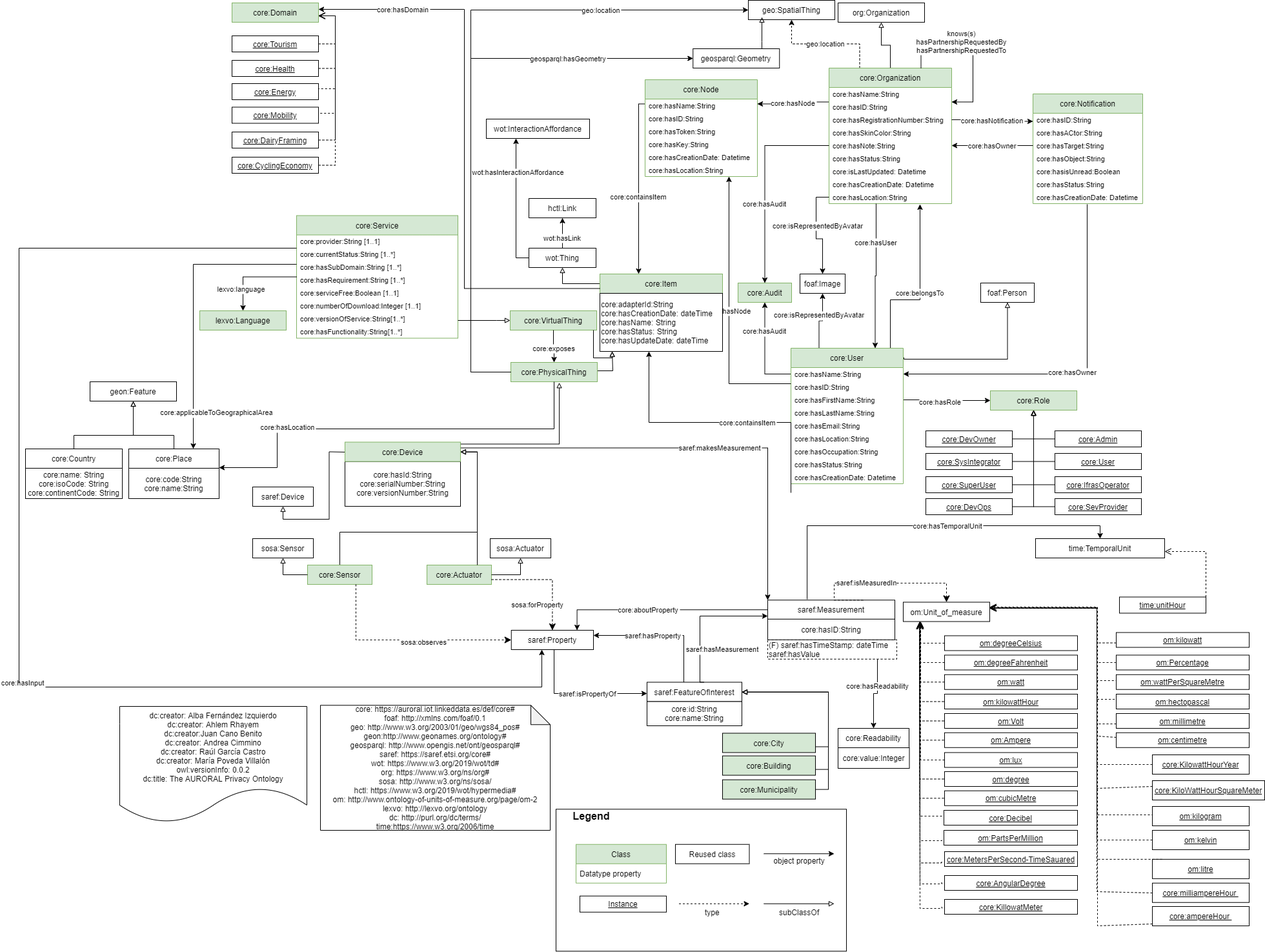
oeg-upm/auroral-core-ontology keeps this draw.io diagram as diagrams/core.png. Above is the earlier version. Source tidied: cells renumbered, new cells last; positions are measured from the earlier drawing's top-left corner, leaving out a move shared by most shapes.
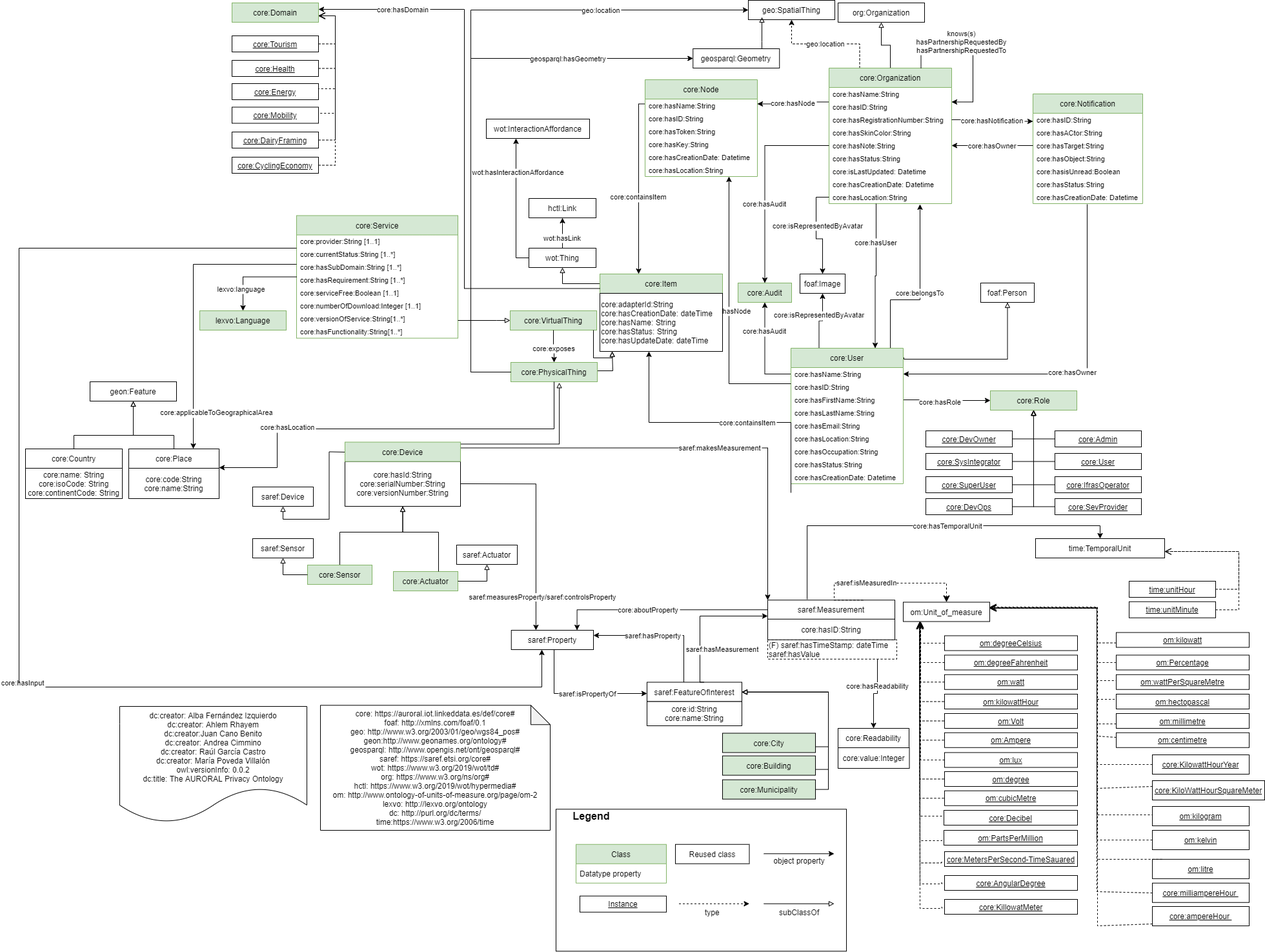
After the change.

What changed in the source:
```diff
@@ -17,7 +17,7 @@
     <mxCell id="4" value="dc:creator: Alba Fernández Izquierdo&#10;dc:creator: Ahlem Rhayem&#10;dc:creator:Juan Cano Benito&#10;dc:creator: Andrea Cimmino&#10;dc:creator: Raúl García Castro&#10;dc:creator: María Poveda Villalón&#10;owl:versionInfo: 0.0.2&#10;dc:title: The AURORAL Privacy Ontology" style="shape=document;boundedLbl=1;" parent="1" vertex="1">
       <mxGeometry x="156" y="1094" width="290" height="180" as="geometry" />
     </mxCell>
-    <mxCell id="5" value="core: https://auroral.iot.linkeddata.es/def/core#&#10;foaf: http://xmlns.com/foaf/0.1&#10;geo: http://www.w3.org/2003/01/geo/wgs84_pos#&#10;geon:http://www.geonames.org/ontology#&#10;geosparql: http://www.opengis.net/ont/geosparql#&#10;saref: https://saref.etsi.org/core#&#10;wot: https://www.w3.org/2019/wot/td#&#10;org: https://www.w3.org/ns/org#&#10;sosa: http://www.w3.org/ns/sosa/&#10;hctl: https://www.w3.org/2019/wot/hypermedia#&#10;om: http://www.ontology-of-units-of-measure.org/page/om-2&#10;lexvo: http://lexvo.org/ontology&#10;dc: http://purl.org/dc/terms/&#10;time:https://www.w3.org/2006/time" style="shape=note;backgroundOutline=1;darkOpacity=0.05;" parent="1" vertex="1">
+    <mxCell id="5" value="core: https://auroral.iot.linkeddata.es/def/core#&#10;foaf: http://xmlns.com/foaf/0.1&#10;geo: http://www.w3.org/2003/01/geo/wgs84_pos#&#10;geon:http://www.geonames.org/ontology#&#10;geosparql: http://www.opengis.net/ont/geosparql#&#10;saref: https://saref.etsi.org/core#&#10;wot: https://www.w3.org/2019/wot/td#&#10;org: https://www.w3.org/ns/org#&#10;hctl: https://www.w3.org/2019/wot/hypermedia#&#10;om: http://www.ontology-of-units-of-measure.org/page/om-2&#10;lexvo: http://lexvo.org/ontology&#10;dc: http://purl.org/dc/terms/&#10;time:https://www.w3.org/2006/time" style="shape=note;backgroundOutline=1;darkOpacity=0.05;" parent="1" vertex="1">
       <mxGeometry x="467" y="1092.2" width="356" height="193.8" as="geometry" />
     </mxCell>
     <mxCell id="6" style="edgeStyle=orthogonalEdgeStyle;rounded=0;jettySize=auto;html=1;exitX=0.5;exitY=0;exitDx=0;exitDy=0;endArrow=block;endFill=0;" parent="1" edge="1" source="9" target="44">
@@ -373,12 +373,11 @@
     <mxCell id="103" value="subClassOf" style="text;strokeColor=none;fillColor=none;align=center;verticalAlign=middle;rounded=0;" parent="1" vertex="1">
       <mxGeometry x="1154" y="1397.8" width="110" height="30" as="geometry" />
     </mxCell>
-    <mxCell id="104" style="edgeStyle=orthogonalEdgeStyle;rounded=0;jettySize=auto;html=1;exitX=0.5;exitY=0;exitDx=0;exitDy=0;fontSize=11;endArrow=block;endFill=0;" parent="1" edge="1" source="105" target="174">
+    <mxCell id="104" style="edgeStyle=orthogonalEdgeStyle;rounded=0;jettySize=auto;html=1;exitX=0.5;exitY=0;exitDx=0;exitDy=0;fontSize=11;endArrow=block;endFill=0;entryX=0.5;entryY=1;entryDx=0;entryDy=0;" parent="1" edge="1" source="105" target="173">
       <mxGeometry relative="1" as="geometry">
         <Array as="points">
           <mxPoint x="497" y="824" />
-          <mxPoint x="710" y="824" />
-          <mxPoint x="710" y="700" />
+          <mxPoint x="595" y="824" />
         </Array>
       </mxGeometry>
     </mxCell>
@@ -386,20 +385,21 @@
       <mxGeometry x="447" y="875" width="100" height="30" as="geometry" />
     </mxCell>
     <mxCell id="106" value="core:Actuator" style="rounded=0;whiteSpace=wrap;html=1;fillColor=#d5e8d4;strokeColor=#82b366;" parent="1" vertex="1">
-      <mxGeometry x="632" y="875" width="100" height="30" as="geometry" />
+      <mxGeometry x="580" y="885" width="100" height="30" as="geometry" />
     </mxCell>
-    <mxCell id="107" style="edgeStyle=orthogonalEdgeStyle;rounded=0;jettySize=auto;html=1;fontSize=11;endArrow=block;endFill=0;entryX=1;entryY=0.5;entryDx=0;entryDy=0;" parent="1" edge="1" source="106" target="174">
+    <mxCell id="107" style="edgeStyle=orthogonalEdgeStyle;rounded=0;jettySize=auto;html=1;fontSize=11;endArrow=block;endFill=0;entryX=0.5;entryY=1;entryDx=0;entryDy=0;" parent="1" edge="1" source="106" target="173">
       <mxGeometry relative="1" as="geometry">
         <Array as="points">
-          <mxPoint x="710" y="700" />
+          <mxPoint x="650" y="824" />
+          <mxPoint x="595" y="824" />
         </Array>
       </mxGeometry>
     </mxCell>
-    <mxCell id="108" value="sosa:Sensor" style="rounded=0;whiteSpace=wrap;html=1;" parent="1" vertex="1">
+    <mxCell id="108" value="saref:Sensor" style="rounded=0;whiteSpace=wrap;html=1;" parent="1" vertex="1">
       <mxGeometry x="362" y="834" width="94" height="30" as="geometry" />
     </mxCell>
-    <mxCell id="109" value="sosa:Actuator" style="rounded=0;whiteSpace=wrap;html=1;" parent="1" vertex="1">
-      <mxGeometry x="730" y="834" width="94" height="30" as="geometry" />
+    <mxCell id="109" value="saref:Actuator" style="rounded=0;whiteSpace=wrap;html=1;" parent="1" vertex="1">
+      <mxGeometry x="678" y="844" width="94" height="30" as="geometry" />
     </mxCell>
     <mxCell id="110" style="edgeStyle=orthogonalEdgeStyle;rounded=0;jettySize=auto;html=1;exitX=0;exitY=0.5;exitDx=0;exitDy=0;entryX=0.5;entryY=1;entryDx=0;entryDy=0;fontSize=11;endArrow=block;endFill=0;" parent="1" edge="1" source="105" target="108">
       <mxGeometry relative="1" as="geometry" />
@@ -410,22 +410,6 @@
     <mxCell id="112" value="saref:Property" style="rounded=0;whiteSpace=wrap;html=1;points=[[0.1,0],[0.2,0],[0.3,0],[0.4,0],[0.5,0],[0.6,0],[0.7,0],[0.8,0],[0.9,0],[0,0.1],[0,0.3],[0,0.5],[0,0.7],[0,0.9],[0.1,1],[0.2,1],[0.3,1],[0.4,1],[0.5,1],[0.6,1],[0.7,1],[0.8,1],[0.9,1],[1,0.1],[1,0.3],[1,0.5],[1,0.7],[1,0.9]];" parent="1" vertex="1">
       <mxGeometry x="762.8" y="976" width="127.2" height="30" as="geometry" />
     </mxCell>
-    <mxCell id="113" style="endArrow=classic;html=1;exitX=0.75;exitY=1;exitDx=0;exitDy=0;endSize=8;dashed=1;arcSize=0;edgeStyle=orthogonalEdgeStyle;entryX=0;entryY=0.5;entryDx=0;entryDy=0;" parent="1" edge="1" source="105" target="112">
-      <mxGeometry relative="1" as="geometry" />
-    </mxCell>
-    <mxCell id="114" value="&lt;div&gt;sosa:observes&lt;/div&gt;" style="edgeLabel;html=1;align=center;verticalAlign=middle;" parent="113" vertex="1">
-      <mxGeometry x="-0.19" y="-1" relative="1" as="geometry">
-        <mxPoint x="58.5" y="2" as="offset" />
-      </mxGeometry>
-    </mxCell>
-    <mxCell id="115" style="endArrow=classic;html=1;entryX=0.5;entryY=0;entryDx=0;entryDy=0;endSize=8;dashed=1;arcSize=0;edgeStyle=orthogonalEdgeStyle;exitX=1;exitY=0.75;exitDx=0;exitDy=0;" parent="1" edge="1" source="106" target="112">
-      <mxGeometry relative="1" as="geometry" />
-    </mxCell>
-    <mxCell id="116" value="&lt;div&gt;sosa:forProperty&lt;/div&gt;" style="edgeLabel;html=1;align=center;verticalAlign=middle;" parent="115" vertex="1">
-      <mxGeometry x="-0.19" y="-1" relative="1" as="geometry">
-        <mxPoint y="38" as="offset" />
-      </mxGeometry>
-    </mxCell>
     <mxCell id="117" value="om:Unit_of_measure" style="rounded=0;whiteSpace=wrap;html=1;points=[[0.1,0],[0.2,0],[0.3,0],[0.4,0],[0.5,0],[0.6,0],[0.7,0],[0.8,0],[0.9,0],[0,0.1],[0,0.3],[0,0.5],[0,0.7],[0,0.9],[0.1,1],[0.2,1],[0.3,1],[0.4,1],[0.5,1],[0.6,1],[0.7,1],[0.8,1],[0.9,1],[1,0.1],[1,0.3],[1,0.5],[1,0.7],[1,0.9]];" parent="1" vertex="1">
       <mxGeometry x="1370" y="932.5" width="134" height="30" as="geometry" />
     </mxCell>
@@ -678,6 +662,14 @@
         <mxPoint x="1" as="offset" />
       </mxGeometry>
     </mxCell>
+    <mxCell id="250" style="edgeStyle=orthogonalEdgeStyle;rounded=0;jettySize=auto;html=1;entryX=0.3;entryY=0;entryDx=0;entryDy=0;" parent="1" edge="1" source="173" target="112">
+      <mxGeometry relative="1" as="geometry" />
+    </mxCell>
+    <mxCell id="251" value="saref:measuresProperty/saref:controlsProperty" style="edgeLabel;html=1;align=center;verticalAlign=middle;" parent="250" vertex="1">
+      <mxGeometry x="0.45" y="3" relative="1" as="geometry">
+        <mxPoint x="6.1" y="43.1" as="offset" />
+      </mxGeometry>
+    </mxCell>
     <mxCell id="173" value="core:hasId:String&lt;br&gt;core:serialNumber:String&lt;br&gt;core:versionNumber:String" style="rounded=0;whiteSpace=wrap;html=1;snapToPoint=1;points=[[0.1,0],[0.2,0],[0.3,0],[0.4,0],[0.5,0],[0.6,0],[0.7,0],[0.8,0],[0.9,0],[0,0.1],[0,0.3],[0,0.5],[0,0.7],[0,0.9],[0.1,1],[0.2,1],[0.3,1],[0.4,1],[0.5,1],[0.6,1],[0.7,1],[0.8,1],[0.9,1],[1,0.1],[1,0.3],[1,0.5],[1,0.7],[1,0.9]];" parent="1" vertex="1">
       <mxGeometry x="505" y="714.5" width="179" height="69.5" as="geometry" />
     </mxCell>
@@ -961,13 +953,14 @@
     <mxCell id="225" value="time:TemporalUnit" style="rounded=0;whiteSpace=wrap;html=1;" parent="1" vertex="1">
       <mxGeometry x="1575" y="834" width="200" height="30" as="geometry" />
     </mxCell>
-    <mxCell id="226" value="&lt;u&gt;time:unitHour&lt;/u&gt;" style="rounded=0;whiteSpace=wrap;html=1;" parent="1" vertex="1">
-      <mxGeometry x="1705" y="924.5" width="134" height="25" as="geometry" />
+    <mxCell id="226" value="&lt;u&gt;time:&lt;span&gt;unitMinute&lt;/span&gt;&lt;/u&gt;" style="rounded=0;whiteSpace=wrap;html=1;" parent="1" vertex="1">
+      <mxGeometry x="1720" y="931.8" width="134" height="25" as="geometry" />
     </mxCell>
-    <mxCell id="227" style="endArrow=open;html=1;fontColor=#000099;endFill=0;dashed=1;endSize=8;edgeStyle=orthogonalEdgeStyle;arcSize=0;" parent="1" edge="1" source="226" target="225">
+    <mxCell id="227" style="endArrow=open;html=1;fontColor=#000099;endFill=0;dashed=1;endSize=8;edgeStyle=orthogonalEdgeStyle;arcSize=0;" parent="1" edge="1" source="252" target="225">
       <mxGeometry relative="1" as="geometry">
         <Array as="points">
-          <mxPoint x="1839" y="854" />
+          <mxPoint x="1890" y="913" />
+          <mxPoint x="1890" y="854" />
         </Array>
       </mxGeometry>
     </mxCell>
@@ -1090,5 +1083,16 @@
         </Array>
       </mxGeometry>
     </mxCell>
+    <mxCell id="252" value="&lt;u&gt;time:unitHour&lt;/u&gt;" style="rounded=0;whiteSpace=wrap;html=1;" parent="1" vertex="1">
+      <mxGeometry x="1720" y="900" width="134" height="25" as="geometry" />
+    </mxCell>
+    <mxCell id="253" style="endArrow=open;html=1;fontColor=#000099;endFill=0;dashed=1;endSize=8;edgeStyle=orthogonalEdgeStyle;arcSize=0;" parent="1" edge="1" source="226" target="225">
+      <mxGeometry relative="1" as="geometry">
+        <Array as="points">
+          <mxPoint x="1890" y="944" />
+          <mxPoint x="1890" y="854" />
+        </Array>
+      </mxGeometry>
+    </mxCell>
   </root>
 </mxGraphModel>
```
